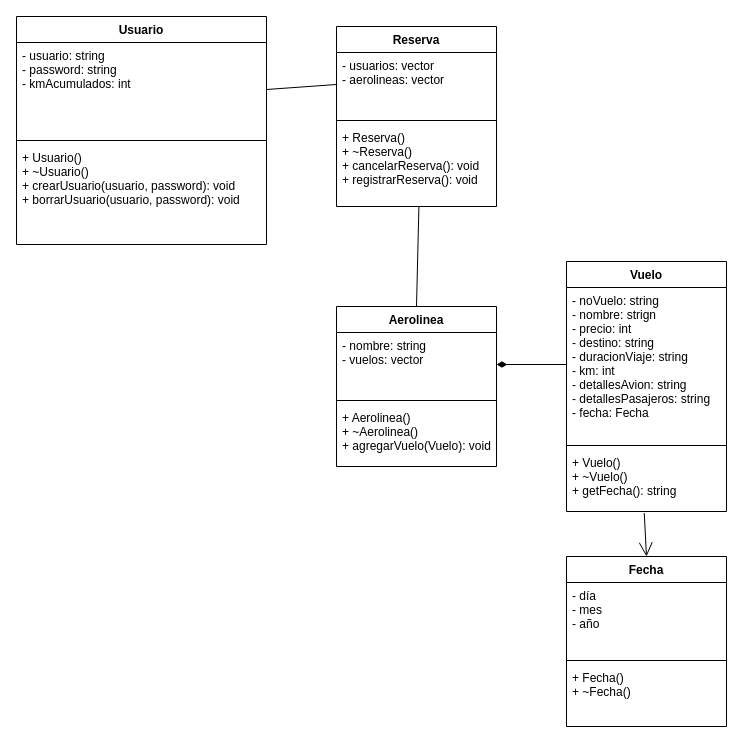
Before: Proyecto/diagrama.drawio in AlexaBF/OOP, a draw.io diagram. Source tidied: cells renumbered, new cells numbered last; positions are measured from the earlier drawing's top-left corner, leaving out a move shared by most shapes. Both pictures are drawn from the tidied source at 100%, with x=0, y=0 at pixel (16, 16).
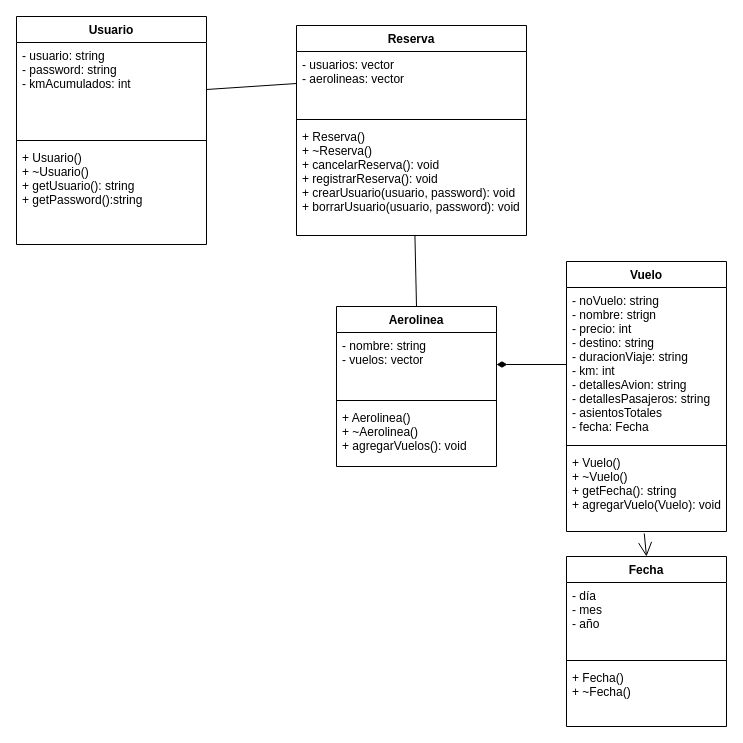
Above is the later version.

Unchanged cells that the change refers to:
```xml
<mxCell id="6" value="Aerolinea" style="swimlane;fontStyle=1;align=center;verticalAlign=top;horizontal=1;startSize=26;" parent="1" vertex="1">
  <mxGeometry x="320" y="290" width="160" height="160" as="geometry" />
</mxCell>
```

What changed in the source:
```diff
@@
     <mxCell id="2" value="Usuario" style="swimlane;fontStyle=1;align=center;verticalAlign=top;horizontal=1;startSize=26;" parent="1" vertex="1">
-      <mxGeometry width="250" height="228" as="geometry" />
+      <mxGeometry width="190" height="228" as="geometry" />
     </mxCell>
     <mxCell id="3" value="- usuario: string&#10;- password: string&#10;- kmAcumulados: int" style="text;strokeColor=none;fillColor=none;align=left;verticalAlign=top;spacingLeft=4;spacingRight=4;overflow=hidden;points=[[0,0.5],[1,0.5]];portConstraint=eastwest;" parent="2" vertex="1">
-      <mxGeometry y="26" width="250" height="94" as="geometry" />
+      <mxGeometry y="26" width="190" height="94" as="geometry" />
     </mxCell>
     <mxCell id="4" style="line;strokeWidth=1;fillColor=none;align=left;verticalAlign=middle;spacingTop=-1;spacingLeft=3;spacingRight=3;labelPosition=right;strokeColor=inherit;" parent="2" vertex="1">
-      <mxGeometry y="120" width="250" height="8" as="geometry" />
+      <mxGeometry y="120" width="190" height="8" as="geometry" />
     </mxCell>
-    <mxCell id="5" value="+ Usuario()&#10;+ ~Usuario()&#10;+ crearUsuario(usuario, password): void&#10;+ borrarUsuario(usuario, password): void" style="text;strokeColor=none;fillColor=none;align=left;verticalAlign=top;spacingLeft=4;spacingRight=4;overflow=hidden;" parent="2" vertex="1">
-      <mxGeometry y="128" width="250" height="100" as="geometry" />
+    <mxCell id="5" value="+ Usuario()&#10;+ ~Usuario()&#10;+ getUsuario(): string&#10;+ getPassword():string" style="text;strokeColor=none;fillColor=none;align=left;verticalAlign=top;spacingLeft=4;spacingRight=4;overflow=hidden;" parent="2" vertex="1">
+      <mxGeometry y="128" width="190" height="100" as="geometry" />
     </mxCell>
@@
-    <mxCell id="9" value="+ Aerolinea()&#10;+ ~Aerolinea()&#10;+ agregarVuelo(Vuelo): void" style="text;strokeColor=none;fillColor=none;align=left;verticalAlign=top;spacingLeft=4;spacingRight=4;overflow=hidden;" parent="6" vertex="1">
+    <mxCell id="9" value="+ Aerolinea()&#10;+ ~Aerolinea()&#10;+ agregarVuelos(): void" style="text;strokeColor=none;fillColor=none;align=left;verticalAlign=top;spacingLeft=4;spacingRight=4;overflow=hidden;" parent="6" vertex="1">
       <mxGeometry y="98" width="160" height="62" as="geometry" />
     </mxCell>
     <mxCell id="10" value="Vuelo" style="swimlane;fontStyle=1;align=center;verticalAlign=top;horizontal=1;startSize=26;" parent="1" vertex="1">
-      <mxGeometry x="550" y="245" width="160" height="250" as="geometry" />
+      <mxGeometry x="550" y="245" width="160" height="270" as="geometry" />
     </mxCell>
-    <mxCell id="11" value="- noVuelo: string&#10;- nombre: strign&#10;- precio: int&#10;- destino: string&#10;- duracionViaje: string&#10;- km: int&#10;- detallesAvion: string&#10;- detallesPasajeros: string&#10;- fecha: Fecha" style="text;strokeColor=none;fillColor=none;align=left;verticalAlign=top;spacingLeft=4;spacingRight=4;overflow=hidden;points=[[0,0.5],[1,0.5]];portConstraint=eastwest;" parent="10" vertex="1">
+    <mxCell id="11" value="- noVuelo: string&#10;- nombre: strign&#10;- precio: int&#10;- destino: string&#10;- duracionViaje: string&#10;- km: int&#10;- detallesAvion: string&#10;- detallesPasajeros: string&#10;- asientosTotales&#10;- fecha: Fecha" style="text;strokeColor=none;fillColor=none;align=left;verticalAlign=top;spacingLeft=4;spacingRight=4;overflow=hidden;points=[[0,0.5],[1,0.5]];portConstraint=eastwest;" parent="10" vertex="1">
       <mxGeometry y="26" width="160" height="154" as="geometry" />
     </mxCell>
@@
-    <mxCell id="13" value="+ Vuelo()&#10;+ ~Vuelo()&#10;+ getFecha(): string" style="text;strokeColor=none;fillColor=none;align=left;verticalAlign=top;spacingLeft=4;spacingRight=4;overflow=hidden;points=[[0,0.5],[1,0.5]];portConstraint=eastwest;" parent="10" vertex="1">
-      <mxGeometry y="188" width="160" height="62" as="geometry" />
+    <mxCell id="13" value="+ Vuelo()&#10;+ ~Vuelo()&#10;+ getFecha(): string&#10;+ agregarVuelo(Vuelo): void" style="text;strokeColor=none;fillColor=none;align=left;verticalAlign=top;spacingLeft=4;spacingRight=4;overflow=hidden;points=[[0,0.5],[1,0.5]];portConstraint=eastwest;" parent="10" vertex="1">
+      <mxGeometry y="188" width="160" height="82" as="geometry" />
     </mxCell>
     <mxCell id="14" value="Reserva" style="swimlane;fontStyle=1;align=center;verticalAlign=top;horizontal=1;startSize=26;" parent="1" vertex="1">
-      <mxGeometry x="320" y="10" width="160" height="180" as="geometry" />
+      <mxGeometry x="280" y="9" width="230" height="210" as="geometry" />
     </mxCell>
     <mxCell id="15" value="- usuarios: vector&#10;- aerolineas: vector" style="text;strokeColor=none;fillColor=none;align=left;verticalAlign=top;spacingLeft=4;spacingRight=4;overflow=hidden;points=[[0,0.5],[1,0.5]];portConstraint=eastwest;" parent="14" vertex="1">
-      <mxGeometry y="26" width="160" height="64" as="geometry" />
+      <mxGeometry y="26" width="230" height="64" as="geometry" />
     </mxCell>
     <mxCell id="16" style="line;strokeWidth=1;fillColor=none;align=left;verticalAlign=middle;spacingTop=-1;spacingLeft=3;spacingRight=3;labelPosition=right;strokeColor=inherit;" parent="14" vertex="1">
-      <mxGeometry y="90" width="160" height="8" as="geometry" />
+      <mxGeometry y="90" width="230" height="8" as="geometry" />
     </mxCell>
-    <mxCell id="17" value="+ Reserva()&#10;+ ~Reserva()&#10;+ cancelarReserva(): void&#10;+ registrarReserva(): void" style="text;strokeColor=none;fillColor=none;align=left;verticalAlign=top;spacingLeft=4;spacingRight=4;overflow=hidden;points=[[0,0.5],[1,0.5]];portConstraint=eastwest;" parent="14" vertex="1">
-      <mxGeometry y="98" width="160" height="82" as="geometry" />
+    <mxCell id="17" value="+ Reserva()&#10;+ ~Reserva()&#10;+ cancelarReserva(): void&#10;+ registrarReserva(): void&#10;+ crearUsuario(usuario, password): void&#10;+ borrarUsuario(usuario, password): void" style="text;strokeColor=none;fillColor=none;align=left;verticalAlign=top;spacingLeft=4;spacingRight=4;overflow=hidden;points=[[0,0.5],[1,0.5]];portConstraint=eastwest;" parent="14" vertex="1">
+      <mxGeometry y="98" width="230" height="112" as="geometry" />
     </mxCell>
```
